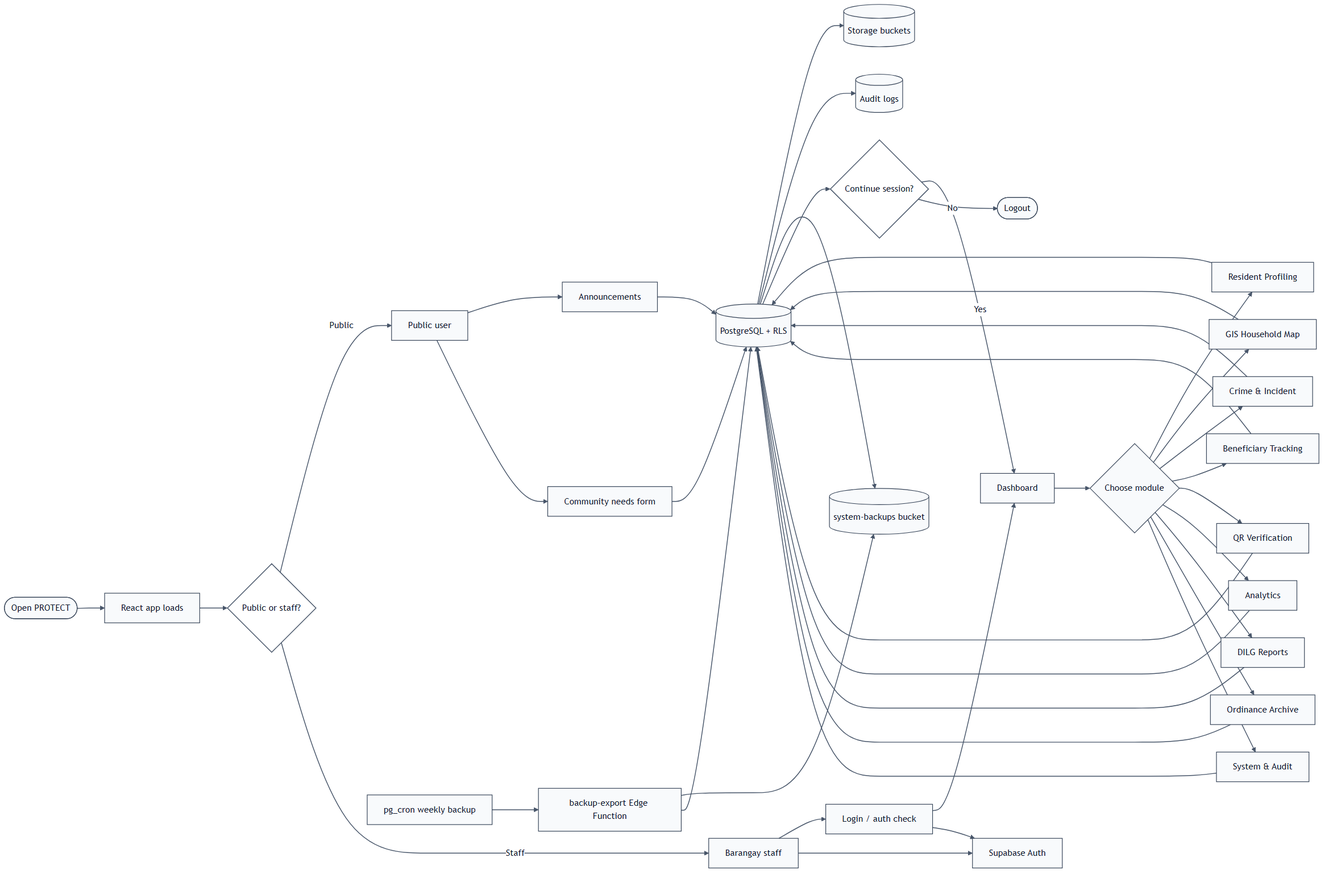
The Mermaid diagram diagrams/system_flow.png in KellyEspera/protect, before a commit. Its source is kept beside it as diagrams/system_flow.mmd.
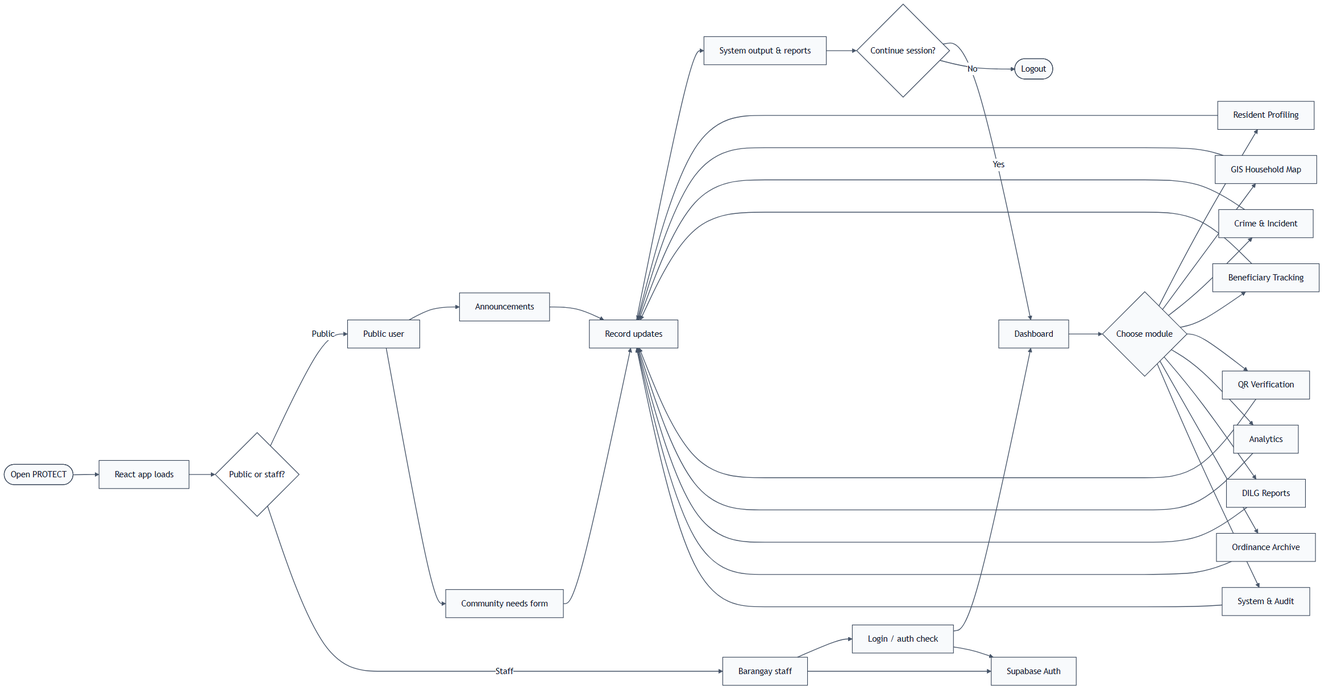
Above is the later version.

The edit, as a diff of the source:
```diff
@@ -25,32 +25,25 @@
     Staff --> Auth[Supabase Auth]
     Login --> Auth
 
-    Residents --> DB[(PostgreSQL + RLS)]
-    GIS --> DB
-    Incident --> DB
-    Benefits --> DB
-    QR --> DB
-    Analytics --> DB
-    Reports --> DB
-    Ordinance --> DB
-    Audit --> DB
-    Announcements --> DB
-    Needs --> DB
+    Residents --> Records[Record updates]
+    GIS --> Records
+    Incident --> Records
+    Benefits --> Records
+    QR --> Records
+    Analytics --> Records
+    Reports --> Records
+    Ordinance --> Records
+    Audit --> Records
+    Announcements --> Records
+    Needs --> Records
 
-    DB --> Storage[(Storage buckets)]
-    DB --> AuditLogs[(Audit logs)]
-    DB --> Backup[(system-backups bucket)]
-
-    Cron[pg_cron weekly backup] --> Export[backup-export Edge Function]
-    Export --> Backup
-    Export --> DB
-
-    DB --> Continue{Continue session?}
+    Records --> Output[System output & reports]
+    Output --> Continue{Continue session?}
     Continue -->|Yes| Dashboard
     Continue -->|No| Logout([Logout])
 
     classDef decision fill:#ffffff,stroke:#475569,stroke-width:1.5px,color:#0f172a;
     classDef node fill:#f8fafc,stroke:#334155,stroke-width:1.2px,color:#0f172a;
-    class Start,App,Public,Staff,Login,Dashboard,Module,Announcements,Needs,Residents,GIS,Incident,Benefits,QR,Analytics,Reports,Ordinance,Audit,Auth,DB,Storage,AuditLogs,Backup,Cron,Export,Logout node;
+    class Start,App,Public,Staff,Login,Dashboard,Module,Announcements,Needs,Residents,GIS,Incident,Benefits,QR,Analytics,Reports,Ordinance,Audit,Auth,Records,Output,Logout node;
     class Access,Continue decision;
     linkStyle default stroke:#475569,stroke-width:1.5px;
```
